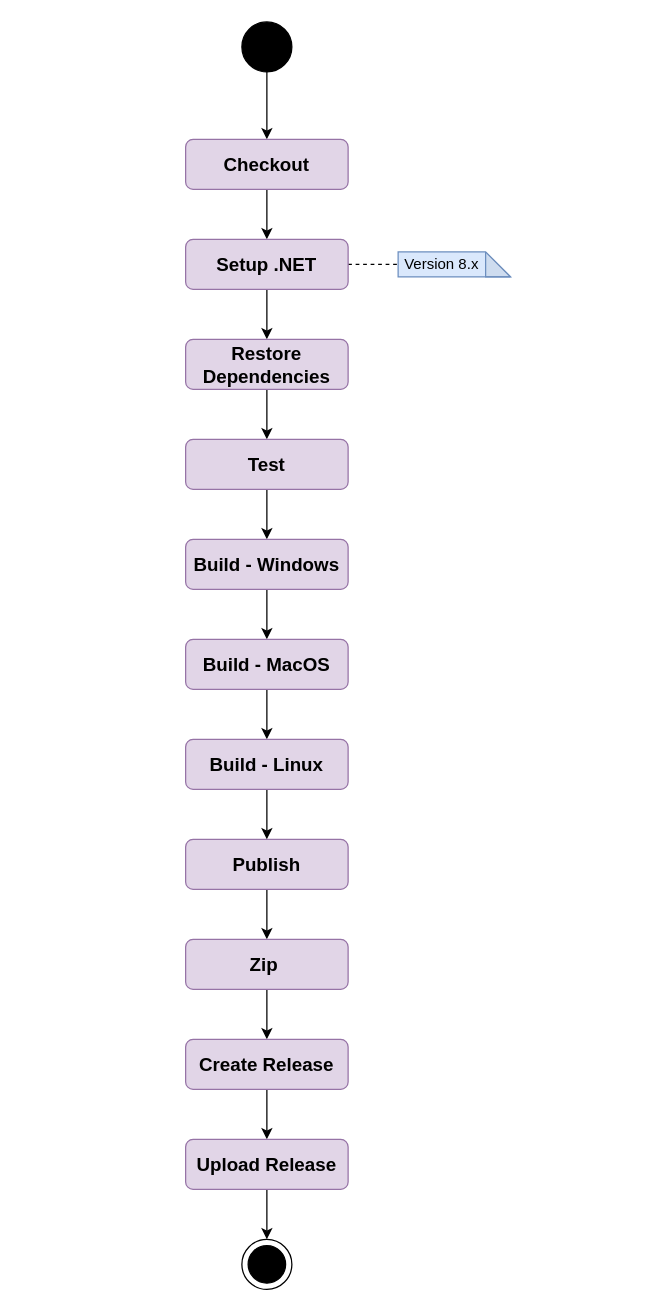
Before: docs/diagrams/Release_Workflow.drawio in ITU-BDSA2024-GROUP6/Chirp, a draw.io diagram. Source tidied: cells renumbered, new cells numbered last; positions are measured from the earlier drawing's top-left corner, leaving out a move shared by most shapes. Both pictures are drawn from the tidied source at 125%, with x=0, y=0 at pixel (185, 21).
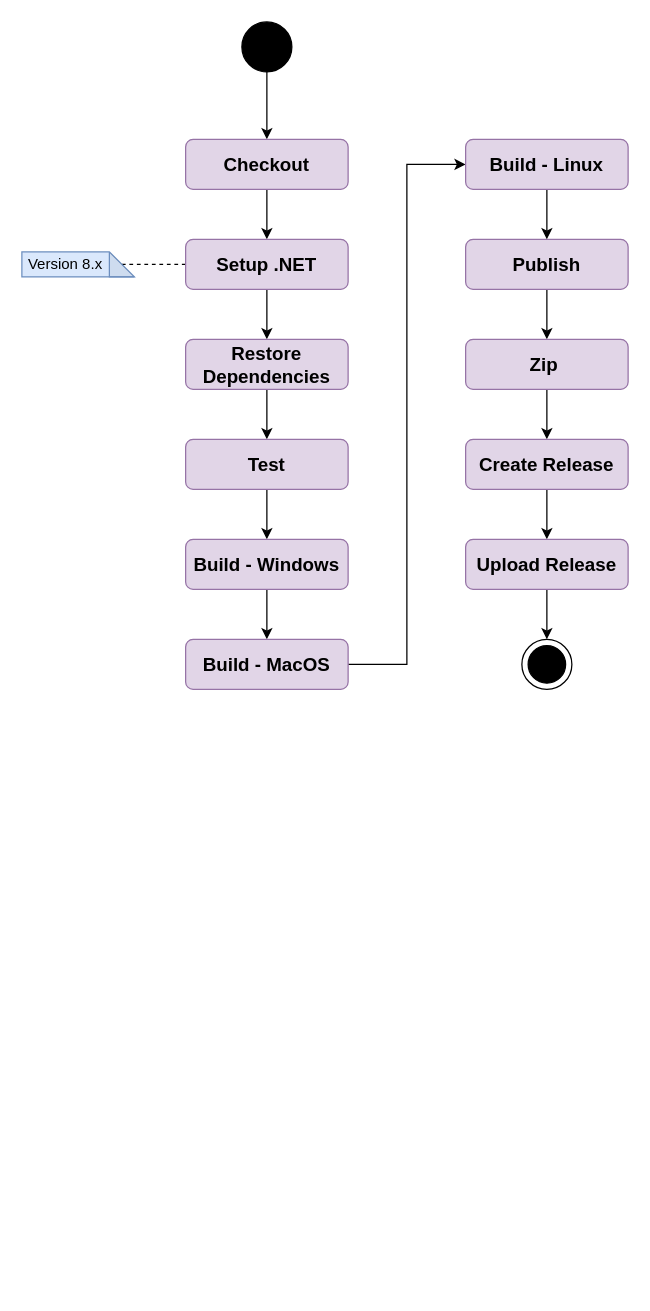
Above is the later version.

Unchanged cells that the change refers to:
```xml
<mxCell id="9" value="&lt;b&gt;&lt;font style=&quot;font-size: 15px;&quot;&gt;Setup .NET&lt;/font&gt;&lt;/b&gt;" style="rounded=1;whiteSpace=wrap;html=1;fillColor=#e1d5e7;strokeColor=#9673a6;" parent="1" vertex="1">
  <mxGeometry y="174" width="130" height="40" as="geometry" />
</mxCell>
<mxCell id="28" value="&lt;b&gt;&lt;font&gt;&lt;span style=&quot;font-size: 15px;&quot;&gt;Build - MacOS&lt;/span&gt;&lt;/font&gt;&lt;/b&gt;" style="rounded=1;whiteSpace=wrap;html=1;fillColor=#e1d5e7;strokeColor=#9673a6;" parent="1" vertex="1">
  <mxGeometry y="494" width="130" height="40" as="geometry" />
</mxCell>
```

Change to the diagram source:
```diff
@@
     <mxCell id="2" style="ellipse;whiteSpace=wrap;html=1;" parent="1" vertex="1">
-      <mxGeometry x="45" y="974" width="40" height="40" as="geometry" />
+      <mxGeometry x="269" y="494" width="40" height="40" as="geometry" />
     </mxCell>
@@
-    <mxCell id="8" style="edgeStyle=orthogonalEdgeStyle;rounded=0;jettySize=auto;html=1;endArrow=none;endFill=0;dashed=1;" parent="1" edge="1" source="9" target="16">
+    <mxCell id="8" style="edgeStyle=orthogonalEdgeStyle;rounded=0;jettySize=auto;html=1;endArrow=none;endFill=0;dashed=1;entryX=0;entryY=0;entryDx=80;entryDy=10;entryPerimeter=0;" parent="1" edge="1" source="9" target="16">
       <mxGeometry relative="1" as="geometry" />
     </mxCell>
@@
     <mxCell id="16" value="&amp;nbsp;Version 8.x" style="shape=note;whiteSpace=wrap;html=1;backgroundOutline=1;darkOpacity=0.05;fillColor=#dae8fc;strokeColor=#6c8ebf;align=left;" parent="1" vertex="1">
-      <mxGeometry x="170" y="184" width="90" height="20" as="geometry" />
+      <mxGeometry x="-131" y="184" width="90" height="20" as="geometry" />
     </mxCell>
@@
     <mxCell id="18" value="&lt;b&gt;&lt;font&gt;&lt;span style=&quot;font-size: 15px;&quot;&gt;Publish&lt;/span&gt;&lt;/font&gt;&lt;/b&gt;" style="rounded=1;whiteSpace=wrap;html=1;fillColor=#e1d5e7;strokeColor=#9673a6;" parent="1" vertex="1">
-      <mxGeometry y="654" width="130" height="40" as="geometry" />
+      <mxGeometry x="224" y="174" width="130" height="40" as="geometry" />
     </mxCell>
     <mxCell id="19" style="edgeStyle=orthogonalEdgeStyle;rounded=0;jettySize=auto;html=1;entryX=0.5;entryY=0;entryDx=0;entryDy=0;" parent="1" edge="1" source="20">
       <mxGeometry relative="1" as="geometry">
-        <mxPoint x="65" y="814" as="targetPoint" />
+        <mxPoint x="289" y="334" as="targetPoint" />
       </mxGeometry>
     </mxCell>
     <mxCell id="20" value="&lt;b&gt;&lt;font&gt;&lt;span style=&quot;font-size: 15px;&quot;&gt;Zip&amp;nbsp;&lt;/span&gt;&lt;/font&gt;&lt;/b&gt;" style="rounded=1;whiteSpace=wrap;html=1;fillColor=#e1d5e7;strokeColor=#9673a6;" parent="1" vertex="1">
-      <mxGeometry y="734" width="130" height="40" as="geometry" />
+      <mxGeometry x="224" y="254" width="130" height="40" as="geometry" />
     </mxCell>
     <mxCell id="21" style="edgeStyle=orthogonalEdgeStyle;rounded=0;orthogonalLoop=1;jettySize=auto;html=1;exitX=0.5;exitY=1;exitDx=0;exitDy=0;" parent="1" edge="1">
       <mxGeometry relative="1" as="geometry">
-        <mxPoint x="65" y="934" as="sourcePoint" />
-        <mxPoint x="65.1" y="934.3" as="targetPoint" />
+        <mxPoint x="289" y="454" as="sourcePoint" />
+        <mxPoint x="289.1" y="454.3" as="targetPoint" />
       </mxGeometry>
     </mxCell>
     <mxCell id="22" style="ellipse;whiteSpace=wrap;html=1;fillColor=#000000;" parent="1" vertex="1">
-      <mxGeometry x="50" y="979" width="30" height="30" as="geometry" />
+      <mxGeometry x="274" y="499" width="30" height="30" as="geometry" />
     </mxCell>
@@
     <mxCell id="24" value="&lt;b&gt;&lt;font&gt;&lt;span style=&quot;font-size: 15px;&quot;&gt;Create Release&lt;/span&gt;&lt;/font&gt;&lt;/b&gt;" style="rounded=1;whiteSpace=wrap;html=1;fillColor=#e1d5e7;strokeColor=#9673a6;" parent="1" vertex="1">
-      <mxGeometry y="814" width="130" height="40" as="geometry" />
+      <mxGeometry x="224" y="334" width="130" height="40" as="geometry" />
     </mxCell>
@@
     <mxCell id="26" value="&lt;b&gt;&lt;font&gt;&lt;span style=&quot;font-size: 15px;&quot;&gt;Upload Release&lt;/span&gt;&lt;/font&gt;&lt;/b&gt;" style="rounded=1;whiteSpace=wrap;html=1;fillColor=#e1d5e7;strokeColor=#9673a6;" parent="1" vertex="1">
-      <mxGeometry y="894" width="130" height="40" as="geometry" />
+      <mxGeometry x="224" y="414" width="130" height="40" as="geometry" />
     </mxCell>
-    <mxCell id="27" style="edgeStyle=orthogonalEdgeStyle;rounded=0;jettySize=auto;html=1;exitX=0.5;exitY=1;exitDx=0;exitDy=0;entryX=0.5;entryY=0;entryDx=0;entryDy=0;" parent="1" edge="1" source="28" target="30">
+    <mxCell id="27" style="edgeStyle=orthogonalEdgeStyle;rounded=0;jettySize=auto;html=1;exitX=1;exitY=0.5;exitDx=0;exitDy=0;entryX=0;entryY=0.5;entryDx=0;entryDy=0;" parent="1" edge="1" source="28" target="30">
       <mxGeometry relative="1" as="geometry" />
     </mxCell>
@@
     <mxCell id="30" value="&lt;b&gt;&lt;font&gt;&lt;span style=&quot;font-size: 15px;&quot;&gt;Build - Linux&lt;/span&gt;&lt;/font&gt;&lt;/b&gt;" style="rounded=1;whiteSpace=wrap;html=1;fillColor=#e1d5e7;strokeColor=#9673a6;" parent="1" vertex="1">
-      <mxGeometry y="574" width="130" height="40" as="geometry" />
+      <mxGeometry x="224" y="94" width="130" height="40" as="geometry" />
     </mxCell>
```
